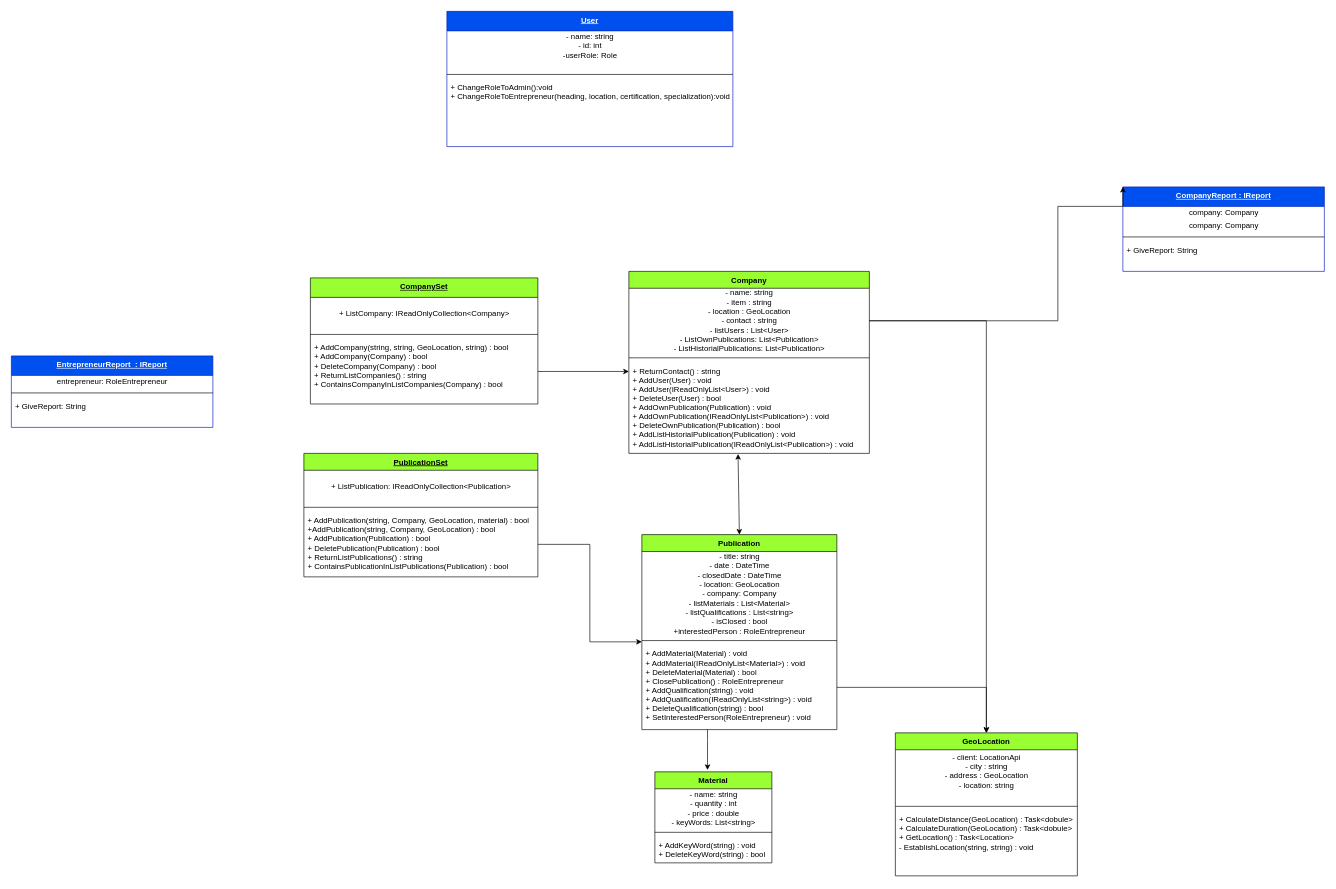
Above: docs/Diagrama.drawio in tomaspasto24/ProyectoEquipo4 (draw.io), before the change. Source tidied: cells renumbered, new cells numbered last; positions are measured from the earlier drawing's top-left corner, leaving out a move shared by most shapes. Both pictures are drawn from the tidied source at 65%, with x=0, y=0 at pixel (11, 11).
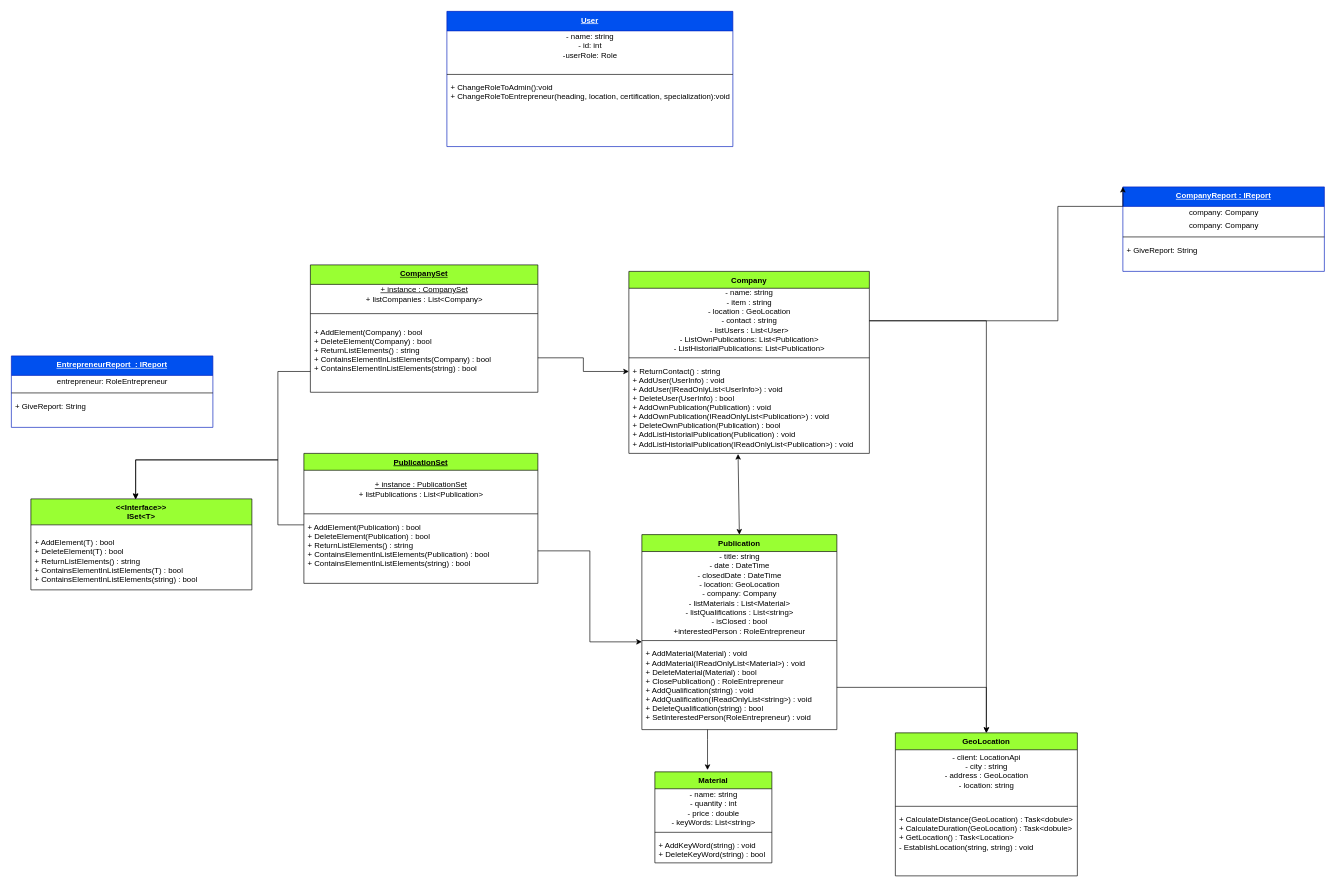
The same page after the edit.

Commit message (it also covers changes not shown here):
Implementación de patrones de diseño y diagrama.

The change refers to these unchanged cells:
```xml
<mxCell id="2" value="Company" style="swimlane;fontStyle=1;align=center;verticalAlign=top;horizontal=1;startSize=26;fillColor=#99FF33;" parent="1" vertex="1">
  <mxGeometry x="950" y="400" width="370" height="280" as="geometry" />
</mxCell>
```

The edit, as a diff of the source:
```diff
@@
-    <mxCell id="5" value="+ ReturnContact() : string&#10;+ AddUser(User) : void&#10;+ AddUser(IReadOnlyList&lt;User&gt;) : void&#10;+ DeleteUser(User) : bool&#10;+ AddOwnPublication(Publication) : void&#10;+ AddOwnPublication(IReadOnlyList&lt;Publication&gt;) : void&#10;+ DeleteOwnPublication(Publication) : bool&#10;+ AddListHistorialPublication(Publication) : void&#10;+ AddListHistorialPublication(IReadOnlyList&lt;Publication&gt;) : void&#10;" style="text;strokeColor=none;fillColor=none;align=left;verticalAlign=top;spacingLeft=4;spacingRight=4;overflow=hidden;points=[[0,0.5],[1,0.5]];portConstraint=eastwest;" parent="2" vertex="1">
+    <mxCell id="5" value="+ ReturnContact() : string&#10;+ AddUser(UserInfo) : void&#10;+ AddUser(IReadOnlyList&lt;UserInfo&gt;) : void&#10;+ DeleteUser(UserInfo) : bool&#10;+ AddOwnPublication(Publication) : void&#10;+ AddOwnPublication(IReadOnlyList&lt;Publication&gt;) : void&#10;+ DeleteOwnPublication(Publication) : bool&#10;+ AddListHistorialPublication(Publication) : void&#10;+ AddListHistorialPublication(IReadOnlyList&lt;Publication&gt;) : void&#10;" style="text;strokeColor=none;fillColor=none;align=left;verticalAlign=top;spacingLeft=4;spacingRight=4;overflow=hidden;points=[[0,0.5],[1,0.5]];portConstraint=eastwest;" parent="2" vertex="1">
       <mxGeometry y="140" width="370" height="140" as="geometry" />
     </mxCell>
@@
     <mxCell id="20" value="CompanySet" style="swimlane;fontStyle=5;align=center;verticalAlign=top;horizontal=1;startSize=30;fillColor=#99FF33;whiteSpace=wrap;" parent="1" vertex="1">
-      <mxGeometry x="460" y="410" width="350" height="194" as="geometry" />
+      <mxGeometry x="460" y="390" width="350" height="196" as="geometry" />
     </mxCell>
-    <mxCell id="21" value="&lt;div&gt;&lt;span&gt;&lt;br&gt;&lt;/span&gt;&lt;/div&gt;&lt;div&gt;&lt;span&gt;+ ListCompany: IReadOnlyCollection&amp;lt;Company&amp;gt;&lt;/span&gt;&lt;br&gt;&lt;/div&gt;&lt;div&gt;&lt;br&gt;&lt;/div&gt;" style="text;html=1;align=center;verticalAlign=middle;strokeColor=none;fillColor=none;" parent="20" vertex="1">
-      <mxGeometry y="30" width="350" height="50" as="geometry" />
+    <mxCell id="21" value="&lt;div&gt;&lt;div&gt;&lt;u&gt;+ instance : CompanySet&lt;/u&gt;&lt;/div&gt;&lt;div&gt;+ listCompanies : List&amp;lt;Company&amp;gt;&lt;/div&gt;&lt;/div&gt;" style="text;html=1;align=center;verticalAlign=middle;strokeColor=none;fillColor=none;" parent="20" vertex="1">
+      <mxGeometry y="30" width="350" height="30" as="geometry" />
     </mxCell>
     <mxCell id="22" style="line;strokeWidth=1;fillColor=none;align=left;verticalAlign=middle;spacingTop=-1;spacingLeft=3;spacingRight=3;labelPosition=right;" parent="20" vertex="1">
-      <mxGeometry y="80" width="350" height="14" as="geometry" />
+      <mxGeometry y="60" width="350" height="30" as="geometry" />
     </mxCell>
-    <mxCell id="23" value="+ AddCompany(string, string, GeoLocation, string) : bool&#10;+ AddCompany(Company) : bool&#10;+ DeleteCompany(Company) : bool&#10;+ ReturnListCompanies() : string&#10;+ ContainsCompanyInListCompanies(Company) : bool&#10;" style="text;strokeColor=none;fillColor=none;align=left;verticalAlign=top;spacingLeft=4;spacingRight=4;overflow=hidden;points=[[0,0.5],[1,0.5]];portConstraint=eastwest;" parent="20" vertex="1">
-      <mxGeometry y="94" width="350" height="100" as="geometry" />
+    <mxCell id="23" value="+ AddElement(Company) : bool&#10;+ DeleteElement(Company) : bool&#10;+ ReturnListElements() : string&#10;+ ContainsElementInListElements(Company) : bool&#10;+ ContainsElementInListElements(string) : bool" style="text;strokeColor=none;fillColor=none;align=left;verticalAlign=top;spacingLeft=4;spacingRight=4;overflow=hidden;points=[[0,0.5],[1,0.5]];portConstraint=eastwest;" parent="20" vertex="1">
+      <mxGeometry y="90" width="350" height="106" as="geometry" />
     </mxCell>
     <mxCell id="24" value="PublicationSet" style="swimlane;fontStyle=5;align=center;verticalAlign=top;horizontal=1;startSize=26;fillColor=#99FF33;" parent="1" vertex="1">
-      <mxGeometry x="450" y="680" width="360" height="190" as="geometry" />
+      <mxGeometry x="450" y="680" width="360" height="200" as="geometry" />
     </mxCell>
-    <mxCell id="25" value="&lt;div&gt;&lt;span&gt;&lt;br&gt;&lt;/span&gt;&lt;/div&gt;&lt;div&gt;&lt;span&gt;+ ListPublication: IReadOnlyCollection&amp;lt;Publication&amp;gt;&lt;/span&gt;&lt;br&gt;&lt;/div&gt;&lt;div&gt;&lt;br&gt;&lt;/div&gt;" style="text;html=1;align=center;verticalAlign=middle;strokeColor=none;fillColor=none;" parent="24" vertex="1">
-      <mxGeometry y="26" width="360" height="50" as="geometry" />
+    <mxCell id="25" value="&lt;div&gt;&lt;span&gt;&lt;br&gt;&lt;/span&gt;&lt;/div&gt;&lt;div&gt;&lt;span&gt;&lt;u&gt;+ instance : PublicationSet&lt;/u&gt;&lt;/span&gt;&lt;/div&gt;&lt;div&gt;&lt;span&gt;+ listPublications : List&amp;lt;Publication&amp;gt;&lt;/span&gt;&lt;/div&gt;&lt;div&gt;&lt;br&gt;&lt;/div&gt;" style="text;html=1;align=center;verticalAlign=middle;strokeColor=none;fillColor=none;" parent="24" vertex="1">
+      <mxGeometry y="26" width="360" height="60" as="geometry" />
     </mxCell>
     <mxCell id="26" style="line;strokeWidth=1;fillColor=none;align=left;verticalAlign=middle;spacingTop=-1;spacingLeft=3;spacingRight=3;labelPosition=right;" parent="24" vertex="1">
-      <mxGeometry y="76" width="360" height="14" as="geometry" />
+      <mxGeometry y="86" width="360" height="14" as="geometry" />
     </mxCell>
-    <mxCell id="27" value="+ AddPublication(string, Company, GeoLocation, material) : bool&#10;+AddPublication(string, Company, GeoLocation) : bool&#10;+ AddPublication(Publication) : bool&#10;+ DeletePublication(Publication) : bool&#10;+ ReturnListPublications() : string&#10;+ ContainsPublicationInListPublications(Publication) : bool&#10;" style="text;strokeColor=none;fillColor=none;align=left;verticalAlign=top;spacingLeft=4;spacingRight=4;overflow=hidden;points=[[0,0.5],[1,0.5]];portConstraint=eastwest;" parent="24" vertex="1">
-      <mxGeometry y="90" width="360" height="100" as="geometry" />
+    <mxCell id="27" value="+ AddElement(Publication) : bool&#10;+ DeleteElement(Publication) : bool&#10;+ ReturnListElements() : string&#10;+ ContainsElementInListElements(Publication) : bool&#10;+ ContainsElementInListElements(string) : bool&#10;" style="text;strokeColor=none;fillColor=none;align=left;verticalAlign=top;spacingLeft=4;spacingRight=4;overflow=hidden;points=[[0,0.5],[1,0.5]];portConstraint=eastwest;" parent="24" vertex="1">
+      <mxGeometry y="100" width="360" height="100" as="geometry" />
     </mxCell>
@@
+    <mxCell id="46" value="&lt;&lt;Interface&gt;&gt;&#10;ISet&lt;T&gt;&#10;" style="swimlane;fontStyle=1;align=center;verticalAlign=top;horizontal=1;startSize=40;fillColor=#99FF33;whiteSpace=wrap;" parent="1" vertex="1">
+      <mxGeometry x="30" y="750" width="340" height="140" as="geometry" />
+    </mxCell>
+    <mxCell id="47" value="&#10;+ AddElement(T) : bool&#10;+ DeleteElement(T) : bool&#10;+ ReturnListElements() : string&#10;+ ContainsElementInListElements(T) : bool&#10;+ ContainsElementInListElements(string) : bool&#10;" style="text;strokeColor=none;fillColor=none;align=left;verticalAlign=top;spacingLeft=4;spacingRight=4;overflow=hidden;" parent="46" vertex="1">
+      <mxGeometry y="40" width="340" height="100" as="geometry" />
+    </mxCell>
+    <mxCell id="48" style="edgeStyle=orthogonalEdgeStyle;rounded=0;jettySize=auto;html=1;entryX=0.474;entryY=0;entryDx=0;entryDy=0;entryPerimeter=0;" parent="1" edge="1" source="27" target="46">
+      <mxGeometry relative="1" as="geometry">
+        <Array as="points">
+          <mxPoint x="410" y="790" />
+          <mxPoint x="410" y="690" />
+          <mxPoint x="191" y="690" />
+        </Array>
+      </mxGeometry>
+    </mxCell>
+    <mxCell id="49" style="edgeStyle=orthogonalEdgeStyle;rounded=0;jettySize=auto;html=1;entryX=0.474;entryY=0.007;entryDx=0;entryDy=0;entryPerimeter=0;" parent="1" edge="1" source="23" target="46">
+      <mxGeometry relative="1" as="geometry">
+        <Array as="points">
+          <mxPoint x="410" y="554" />
+          <mxPoint x="410" y="690" />
+          <mxPoint x="191" y="690" />
+        </Array>
+      </mxGeometry>
+    </mxCell>
```
